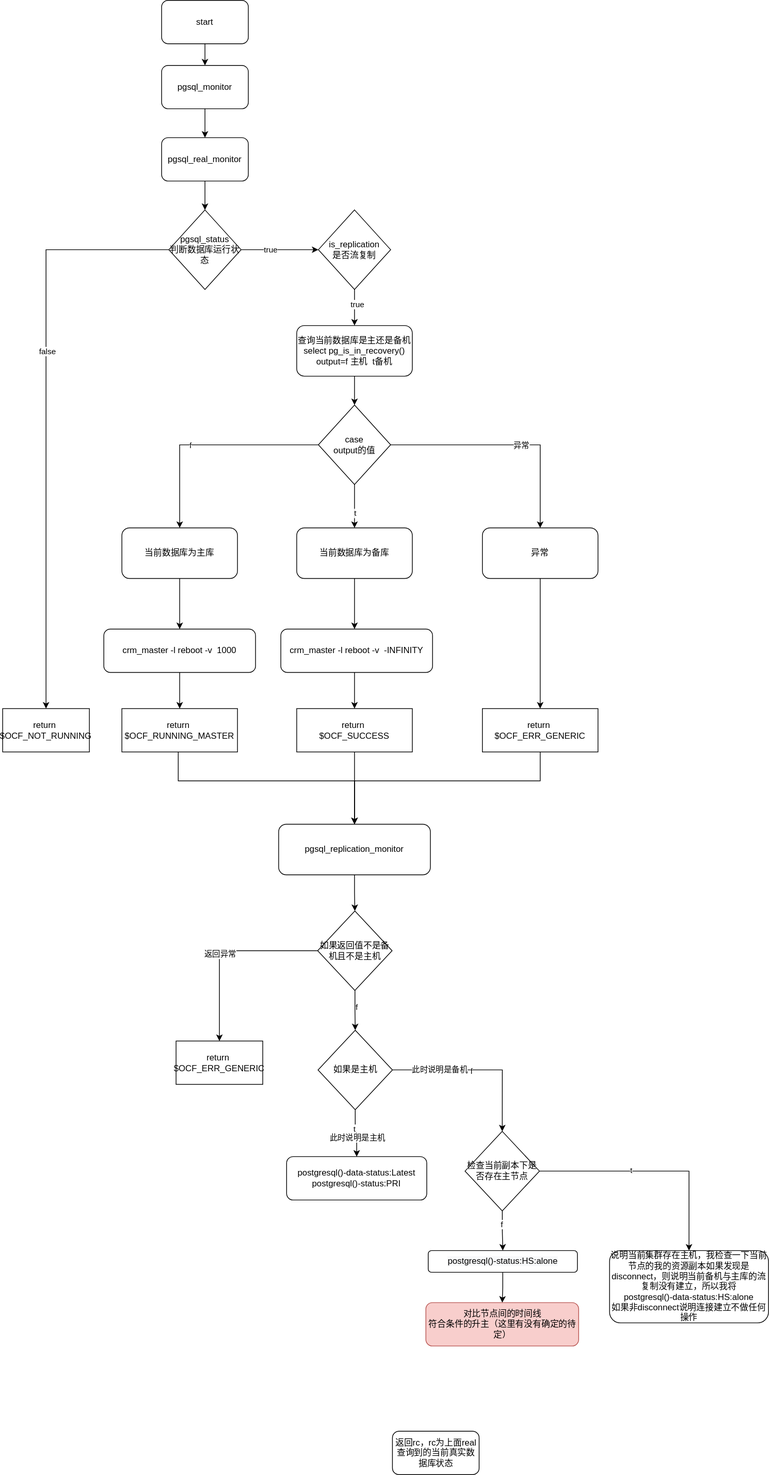
Above: pacemaker_pgsql.svg in simplecodeyu/hot-standy-keepalived-postgres (draw.io), before the change. Source tidied: cells renumbered, new cells last; positions are measured from the earlier drawing's top-left corner, leaving out a move shared by most shapes. Its diagram source:
```xml
<mxGraphModel>
  <root>
    <mxCell id="0" />
    <mxCell id="1" parent="0" />
    <mxCell id="2" style="edgeStyle=orthogonalEdgeStyle;rounded=0;jettySize=auto;html=1;entryX=0.5;entryY=0;entryDx=0;entryDy=0;" parent="1" edge="1" source="3" target="5">
      <mxGeometry relative="1" as="geometry" />
    </mxCell>
    <mxCell id="3" value="start" style="rounded=1;whiteSpace=wrap;html=1;" parent="1" vertex="1">
      <mxGeometry x="220" width="120" height="60" as="geometry" />
    </mxCell>
    <mxCell id="4" style="edgeStyle=orthogonalEdgeStyle;rounded=0;jettySize=auto;html=1;" parent="1" edge="1" source="5" target="7">
      <mxGeometry relative="1" as="geometry" />
    </mxCell>
    <mxCell id="5" value="pgsql_monitor" style="rounded=1;whiteSpace=wrap;html=1;" parent="1" vertex="1">
      <mxGeometry x="220" y="90" width="120" height="60" as="geometry" />
    </mxCell>
    <mxCell id="6" style="edgeStyle=orthogonalEdgeStyle;rounded=0;jettySize=auto;html=1;" parent="1" edge="1" source="7" target="12">
      <mxGeometry relative="1" as="geometry" />
    </mxCell>
    <mxCell id="7" value="pgsql_real_monitor" style="rounded=1;whiteSpace=wrap;html=1;" parent="1" vertex="1">
      <mxGeometry x="220" y="190" width="120" height="60" as="geometry" />
    </mxCell>
    <mxCell id="8" style="edgeStyle=orthogonalEdgeStyle;rounded=0;jettySize=auto;html=1;" parent="1" edge="1" source="12" target="13">
      <mxGeometry relative="1" as="geometry" />
    </mxCell>
    <mxCell id="9" value="false" style="edgeLabel;html=1;align=center;verticalAlign=middle;" parent="8" vertex="1">
      <mxGeometry x="-0.23" y="1" relative="1" as="geometry" />
    </mxCell>
    <mxCell id="10" style="edgeStyle=orthogonalEdgeStyle;rounded=0;jettySize=auto;html=1;" parent="1" edge="1" source="12" target="16">
      <mxGeometry relative="1" as="geometry" />
    </mxCell>
    <mxCell id="11" value="true" style="edgeLabel;html=1;align=center;verticalAlign=middle;" parent="10" vertex="1">
      <mxGeometry x="-0.27" y="1" relative="1" as="geometry" />
    </mxCell>
    <mxCell id="12" value="pgsql_status&lt;br&gt;判断数据库运行状态" style="rhombus;whiteSpace=wrap;html=1;" parent="1" vertex="1">
      <mxGeometry x="230" y="290" width="100" height="110" as="geometry" />
    </mxCell>
    <mxCell id="13" value="return&amp;nbsp;&lt;br&gt;$OCF_NOT_RUNNING" style="whiteSpace=wrap;html=1;" parent="1" vertex="1">
      <mxGeometry y="980" width="120" height="60" as="geometry" />
    </mxCell>
    <mxCell id="14" style="edgeStyle=orthogonalEdgeStyle;rounded=0;jettySize=auto;html=1;entryX=0.5;entryY=0;entryDx=0;entryDy=0;" parent="1" edge="1" source="16" target="18">
      <mxGeometry relative="1" as="geometry" />
    </mxCell>
    <mxCell id="15" value="true" style="edgeLabel;html=1;align=center;verticalAlign=middle;" parent="14" vertex="1">
      <mxGeometry x="-0.17" y="3" relative="1" as="geometry" />
    </mxCell>
    <mxCell id="16" value="is_replication&lt;br&gt;是否流复制" style="rhombus;whiteSpace=wrap;html=1;" parent="1" vertex="1">
      <mxGeometry x="437" y="290" width="100" height="110" as="geometry" />
    </mxCell>
    <mxCell id="17" style="edgeStyle=orthogonalEdgeStyle;rounded=0;jettySize=auto;html=1;" parent="1" edge="1" source="18" target="25">
      <mxGeometry relative="1" as="geometry" />
    </mxCell>
    <mxCell id="18" value="查询当前数据库是主还是备机&lt;br&gt;select pg_is_in_recovery()&lt;br&gt;output=f 主机&amp;nbsp; t备机" style="rounded=1;whiteSpace=wrap;html=1;" parent="1" vertex="1">
      <mxGeometry x="407" y="450" width="160" height="70" as="geometry" />
    </mxCell>
    <mxCell id="19" style="edgeStyle=orthogonalEdgeStyle;rounded=0;jettySize=auto;html=1;entryX=0.5;entryY=0;entryDx=0;entryDy=0;" parent="1" edge="1" source="25" target="27">
      <mxGeometry relative="1" as="geometry">
        <Array as="points">
          <mxPoint x="245" y="615" />
        </Array>
      </mxGeometry>
    </mxCell>
    <mxCell id="20" value="f" style="edgeLabel;html=1;align=center;verticalAlign=middle;" parent="19" vertex="1">
      <mxGeometry x="0.15" relative="1" as="geometry" />
    </mxCell>
    <mxCell id="21" style="edgeStyle=orthogonalEdgeStyle;rounded=0;jettySize=auto;html=1;" parent="1" edge="1" source="25" target="29">
      <mxGeometry relative="1" as="geometry" />
    </mxCell>
    <mxCell id="22" value="t" style="edgeLabel;html=1;align=center;verticalAlign=middle;" parent="21" vertex="1">
      <mxGeometry x="-0.37" y="1" relative="1" as="geometry">
        <mxPoint x="-1" y="21" as="offset" />
      </mxGeometry>
    </mxCell>
    <mxCell id="23" style="edgeStyle=orthogonalEdgeStyle;rounded=0;jettySize=auto;html=1;" parent="1" edge="1" source="25" target="31">
      <mxGeometry relative="1" as="geometry">
        <Array as="points">
          <mxPoint x="744" y="615" />
        </Array>
      </mxGeometry>
    </mxCell>
    <mxCell id="24" value="异常" style="edgeLabel;html=1;align=center;verticalAlign=middle;" parent="23" vertex="1">
      <mxGeometry x="0.12" relative="1" as="geometry" />
    </mxCell>
    <mxCell id="25" value="case &lt;br&gt;output的值" style="rhombus;whiteSpace=wrap;html=1;" parent="1" vertex="1">
      <mxGeometry x="437" y="560" width="100" height="110" as="geometry" />
    </mxCell>
    <mxCell id="26" style="edgeStyle=orthogonalEdgeStyle;rounded=0;jettySize=auto;html=1;" parent="1" edge="1" source="27" target="33">
      <mxGeometry relative="1" as="geometry" />
    </mxCell>
    <mxCell id="27" value="当前数据库为主库&lt;br&gt;" style="rounded=1;whiteSpace=wrap;html=1;" parent="1" vertex="1">
      <mxGeometry x="165" y="730" width="160" height="70" as="geometry" />
    </mxCell>
    <mxCell id="28" style="edgeStyle=orthogonalEdgeStyle;rounded=0;jettySize=auto;html=1;" parent="1" edge="1" source="29">
      <mxGeometry relative="1" as="geometry">
        <mxPoint x="487" y="870" as="targetPoint" />
      </mxGeometry>
    </mxCell>
    <mxCell id="29" value="当前数据库为备库" style="rounded=1;whiteSpace=wrap;html=1;" parent="1" vertex="1">
      <mxGeometry x="407" y="730" width="160" height="70" as="geometry" />
    </mxCell>
    <mxCell id="30" style="edgeStyle=orthogonalEdgeStyle;rounded=0;jettySize=auto;html=1;" parent="1" edge="1" source="31" target="41">
      <mxGeometry relative="1" as="geometry" />
    </mxCell>
    <mxCell id="31" value="异常" style="rounded=1;whiteSpace=wrap;html=1;" parent="1" vertex="1">
      <mxGeometry x="664" y="730" width="160" height="70" as="geometry" />
    </mxCell>
    <mxCell id="32" style="edgeStyle=orthogonalEdgeStyle;rounded=0;jettySize=auto;html=1;entryX=0.5;entryY=0;entryDx=0;entryDy=0;" parent="1" edge="1" source="33" target="35">
      <mxGeometry relative="1" as="geometry" />
    </mxCell>
    <mxCell id="33" value="crm_master -l reboot -v&amp;nbsp; 1000" style="whiteSpace=wrap;html=1;rounded=1;" parent="1" vertex="1">
      <mxGeometry x="140" y="870" width="210" height="60" as="geometry" />
    </mxCell>
    <mxCell id="34" style="edgeStyle=orthogonalEdgeStyle;rounded=0;jettySize=auto;html=1;entryX=0.5;entryY=0;entryDx=0;entryDy=0;" parent="1" edge="1" target="43">
      <mxGeometry relative="1" as="geometry">
        <mxPoint x="243" y="1040" as="sourcePoint" />
        <Array as="points">
          <mxPoint x="243" y="1080" />
          <mxPoint x="487" y="1080" />
        </Array>
      </mxGeometry>
    </mxCell>
    <mxCell id="35" value="return&amp;nbsp;&lt;br&gt;$OCF_RUNNING_MASTER" style="whiteSpace=wrap;html=1;" parent="1" vertex="1">
      <mxGeometry x="165" y="980" width="160" height="60" as="geometry" />
    </mxCell>
    <mxCell id="36" style="edgeStyle=orthogonalEdgeStyle;rounded=0;jettySize=auto;html=1;entryX=0.5;entryY=0;entryDx=0;entryDy=0;" parent="1" edge="1" target="39">
      <mxGeometry relative="1" as="geometry">
        <mxPoint x="487" y="930" as="sourcePoint" />
      </mxGeometry>
    </mxCell>
    <mxCell id="37" value="crm_master -l reboot -v&amp;nbsp; -INFINITY" style="whiteSpace=wrap;html=1;rounded=1;" parent="1" vertex="1">
      <mxGeometry x="385" y="870" width="210" height="60" as="geometry" />
    </mxCell>
    <mxCell id="38" style="edgeStyle=orthogonalEdgeStyle;rounded=0;jettySize=auto;html=1;" parent="1" edge="1" source="39" target="43">
      <mxGeometry relative="1" as="geometry" />
    </mxCell>
    <mxCell id="39" value="return&amp;nbsp;&lt;br&gt;$OCF_SUCCESS" style="whiteSpace=wrap;html=1;" parent="1" vertex="1">
      <mxGeometry x="407" y="980" width="160" height="60" as="geometry" />
    </mxCell>
    <mxCell id="40" style="edgeStyle=orthogonalEdgeStyle;rounded=0;jettySize=auto;html=1;entryX=0.5;entryY=0;entryDx=0;entryDy=0;" parent="1" edge="1" source="41" target="43">
      <mxGeometry relative="1" as="geometry">
        <Array as="points">
          <mxPoint x="744" y="1080" />
          <mxPoint x="487" y="1080" />
        </Array>
      </mxGeometry>
    </mxCell>
    <mxCell id="41" value="return&amp;nbsp;&lt;br&gt;$OCF_ERR_GENERIC" style="whiteSpace=wrap;html=1;" parent="1" vertex="1">
      <mxGeometry x="664" y="980" width="160" height="60" as="geometry" />
    </mxCell>
    <mxCell id="42" style="edgeStyle=orthogonalEdgeStyle;rounded=0;jettySize=auto;html=1;entryX=0.5;entryY=0;entryDx=0;entryDy=0;" parent="1" edge="1" source="43" target="48">
      <mxGeometry relative="1" as="geometry" />
    </mxCell>
    <mxCell id="43" value="pgsql_replication_monitor" style="rounded=1;whiteSpace=wrap;html=1;" parent="1" vertex="1">
      <mxGeometry x="382" y="1140" width="210" height="70" as="geometry" />
    </mxCell>
    <mxCell id="44" style="edgeStyle=orthogonalEdgeStyle;rounded=0;jettySize=auto;html=1;" parent="1" edge="1" source="48" target="49">
      <mxGeometry relative="1" as="geometry" />
    </mxCell>
    <mxCell id="45" value="返回异常" style="edgeLabel;html=1;align=center;verticalAlign=middle;" parent="44" vertex="1">
      <mxGeometry x="0.07" relative="1" as="geometry" />
    </mxCell>
    <mxCell id="46" style="edgeStyle=orthogonalEdgeStyle;rounded=0;jettySize=auto;html=1;entryX=0.5;entryY=0;entryDx=0;entryDy=0;" parent="1" edge="1" source="48" target="56">
      <mxGeometry relative="1" as="geometry" />
    </mxCell>
    <mxCell id="47" value="f" style="edgeLabel;html=1;align=center;verticalAlign=middle;" parent="46" vertex="1">
      <mxGeometry x="-0.24" y="1" relative="1" as="geometry" />
    </mxCell>
    <mxCell id="48" value="如果返回值不是备机且不是主机" style="rhombus;whiteSpace=wrap;html=1;" parent="1" vertex="1">
      <mxGeometry x="436" y="1260" width="103" height="110" as="geometry" />
    </mxCell>
    <mxCell id="49" value="&lt;span&gt;return&amp;nbsp;&lt;/span&gt;&lt;br&gt;&lt;span&gt;$OCF_ERR_GENERIC&lt;/span&gt;" style="rounded=0;whiteSpace=wrap;html=1;" parent="1" vertex="1">
      <mxGeometry x="240" y="1440" width="120" height="60" as="geometry" />
    </mxCell>
    <mxCell id="50" style="edgeStyle=orthogonalEdgeStyle;rounded=0;jettySize=auto;html=1;entryX=0.5;entryY=0;entryDx=0;entryDy=0;" parent="1" edge="1" source="56" target="57">
      <mxGeometry relative="1" as="geometry" />
    </mxCell>
    <mxCell id="51" value="t&lt;br&gt;" style="edgeLabel;html=1;align=center;verticalAlign=middle;" parent="50" vertex="1">
      <mxGeometry x="-0.25" y="-2" relative="1" as="geometry" />
    </mxCell>
    <mxCell id="52" value="此时说明是主机" style="edgeLabel;html=1;align=center;verticalAlign=middle;" parent="50" vertex="1">
      <mxGeometry x="0.2" relative="1" as="geometry" />
    </mxCell>
    <mxCell id="53" style="edgeStyle=orthogonalEdgeStyle;rounded=0;jettySize=auto;html=1;entryX=0.5;entryY=0;entryDx=0;entryDy=0;" parent="1" edge="1" source="56" target="62">
      <mxGeometry relative="1" as="geometry" />
    </mxCell>
    <mxCell id="54" value="f&lt;br&gt;" style="edgeLabel;html=1;align=center;verticalAlign=middle;" parent="53" vertex="1">
      <mxGeometry x="-0.08" y="-1" relative="1" as="geometry" />
    </mxCell>
    <mxCell id="55" value="此时说明是备机" style="edgeLabel;html=1;align=center;verticalAlign=middle;" parent="53" vertex="1">
      <mxGeometry x="-0.46" y="1" relative="1" as="geometry" />
    </mxCell>
    <mxCell id="56" value="如果是主机" style="rhombus;whiteSpace=wrap;html=1;" parent="1" vertex="1">
      <mxGeometry x="436.5" y="1425" width="103" height="110" as="geometry" />
    </mxCell>
    <mxCell id="57" value="postgresql()-data-status:Latest&lt;br&gt;postgresql()-status:PRI" style="rounded=1;whiteSpace=wrap;html=1;" parent="1" vertex="1">
      <mxGeometry x="393" y="1600" width="194" height="60" as="geometry" />
    </mxCell>
    <mxCell id="58" style="edgeStyle=orthogonalEdgeStyle;rounded=0;jettySize=auto;html=1;entryX=0.5;entryY=0;entryDx=0;entryDy=0;" parent="1" edge="1" source="62" target="64">
      <mxGeometry relative="1" as="geometry" />
    </mxCell>
    <mxCell id="59" value="f" style="edgeLabel;html=1;align=center;verticalAlign=middle;" parent="58" vertex="1">
      <mxGeometry x="-0.33" y="-2" relative="1" as="geometry" />
    </mxCell>
    <mxCell id="60" style="edgeStyle=orthogonalEdgeStyle;rounded=0;jettySize=auto;html=1;entryX=0.5;entryY=0;entryDx=0;entryDy=0;" parent="1" edge="1" source="62" target="66">
      <mxGeometry relative="1" as="geometry" />
    </mxCell>
    <mxCell id="61" value="t" style="edgeLabel;html=1;align=center;verticalAlign=middle;" parent="60" vertex="1">
      <mxGeometry x="-0.2" y="2" relative="1" as="geometry" />
    </mxCell>
    <mxCell id="62" value="检查当前副本下是否存在主节点" style="rhombus;whiteSpace=wrap;html=1;" parent="1" vertex="1">
      <mxGeometry x="640" y="1565" width="103" height="110" as="geometry" />
    </mxCell>
    <mxCell id="63" style="edgeStyle=orthogonalEdgeStyle;rounded=0;jettySize=auto;html=1;entryX=0.5;entryY=0;entryDx=0;entryDy=0;" parent="1" edge="1" source="64" target="65">
      <mxGeometry relative="1" as="geometry" />
    </mxCell>
    <mxCell id="64" value="&lt;span style=&quot;color: rgb(0 , 0 , 0) ; font-family: &amp;#34;helvetica&amp;#34; ; font-size: 12px ; font-style: normal ; font-weight: 400 ; letter-spacing: normal ; text-align: center ; text-indent: 0px ; text-transform: none ; word-spacing: 0px ; background-color: rgb(248 , 249 , 250) ; display: inline ; float: none&quot;&gt;postgresql()-status:HS:alone&lt;/span&gt;" style="rounded=1;whiteSpace=wrap;html=1;" parent="1" vertex="1">
      <mxGeometry x="589" y="1730" width="206.5" height="30" as="geometry" />
    </mxCell>
    <mxCell id="65" value="对比节点间的时间线&lt;br&gt;符合条件的升主（这里有没有确定的待定）" style="rounded=1;whiteSpace=wrap;html=1;fillColor=#f8cecc;strokeColor=#b85450;" parent="1" vertex="1">
      <mxGeometry x="585.8" y="1802" width="211.5" height="60" as="geometry" />
    </mxCell>
    <mxCell id="66" value="说明当前集群存在主机，我检查一下当前节点的我的资源副本如果发现是disconnect，则说明当前备机与主库的流复制没有建立，所以我将&lt;br&gt;postgresql()-data-status:HS:alone&lt;br&gt;如果非disconnect说明连接建立不做任何操作" style="rounded=1;whiteSpace=wrap;html=1;" parent="1" vertex="1">
      <mxGeometry x="840" y="1730" width="220" height="100" as="geometry" />
    </mxCell>
    <mxCell id="67" value="返回rc，rc为上面real查询到的当前真实数据库状态" style="rounded=1;whiteSpace=wrap;html=1;" parent="1" vertex="1">
      <mxGeometry x="539.5" y="1980" width="120" height="60" as="geometry" />
    </mxCell>
  </root>
</mxGraphModel>
```
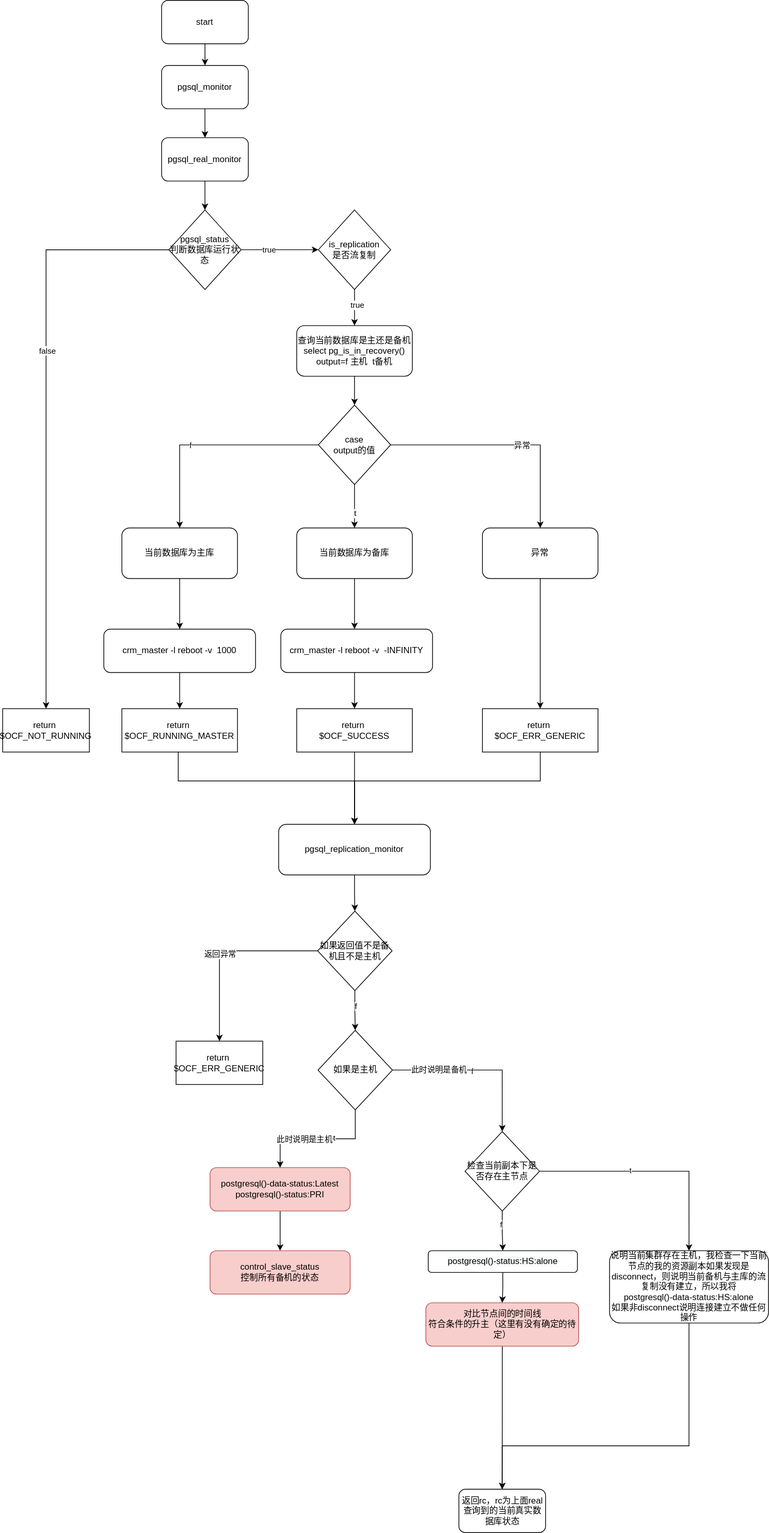
The same diagram one commit later.

Diff of the diagram source:
```diff
@@ -192,8 +192,11 @@
     <mxCell id="56" value="如果是主机" style="rhombus;whiteSpace=wrap;html=1;" parent="1" vertex="1">
       <mxGeometry x="436.5" y="1425" width="103" height="110" as="geometry" />
     </mxCell>
+    <mxCell id="68" style="edgeStyle=orthogonalEdgeStyle;rounded=0;jettySize=auto;html=1;" parent="1" edge="1" source="57" target="71">
+      <mxGeometry relative="1" as="geometry" />
+    </mxCell>
-    <mxCell id="57" value="postgresql()-data-status:Latest&lt;br&gt;postgresql()-status:PRI" style="rounded=1;whiteSpace=wrap;html=1;" parent="1" vertex="1">
-      <mxGeometry x="393" y="1600" width="194" height="60" as="geometry" />
+    <mxCell id="57" value="postgresql()-data-status:Latest&lt;br&gt;postgresql()-status:PRI" style="rounded=1;whiteSpace=wrap;html=1;fillColor=#f8cecc;strokeColor=#b85450;" parent="1" vertex="1">
+      <mxGeometry x="287" y="1615" width="194" height="60" as="geometry" />
     </mxCell>
     <mxCell id="58" style="edgeStyle=orthogonalEdgeStyle;rounded=0;jettySize=auto;html=1;entryX=0.5;entryY=0;entryDx=0;entryDy=0;" parent="1" edge="1" source="62" target="64">
       <mxGeometry relative="1" as="geometry" />
@@ -216,14 +219,27 @@
     <mxCell id="64" value="&lt;span style=&quot;color: rgb(0 , 0 , 0) ; font-family: &amp;#34;helvetica&amp;#34; ; font-size: 12px ; font-style: normal ; font-weight: 400 ; letter-spacing: normal ; text-align: center ; text-indent: 0px ; text-transform: none ; word-spacing: 0px ; background-color: rgb(248 , 249 , 250) ; display: inline ; float: none&quot;&gt;postgresql()-status:HS:alone&lt;/span&gt;" style="rounded=1;whiteSpace=wrap;html=1;" parent="1" vertex="1">
       <mxGeometry x="589" y="1730" width="206.5" height="30" as="geometry" />
     </mxCell>
+    <mxCell id="69" style="edgeStyle=orthogonalEdgeStyle;rounded=0;jettySize=auto;html=1;" parent="1" edge="1" source="65" target="67">
+      <mxGeometry relative="1" as="geometry" />
+    </mxCell>
     <mxCell id="65" value="对比节点间的时间线&lt;br&gt;符合条件的升主（这里有没有确定的待定）" style="rounded=1;whiteSpace=wrap;html=1;fillColor=#f8cecc;strokeColor=#b85450;" parent="1" vertex="1">
       <mxGeometry x="585.8" y="1802" width="211.5" height="60" as="geometry" />
     </mxCell>
+    <mxCell id="70" style="edgeStyle=orthogonalEdgeStyle;rounded=0;jettySize=auto;html=1;" parent="1" edge="1" source="66" target="67">
+      <mxGeometry relative="1" as="geometry">
+        <Array as="points">
+          <mxPoint x="950" y="2000" />
+        </Array>
+      </mxGeometry>
+    </mxCell>
     <mxCell id="66" value="说明当前集群存在主机，我检查一下当前节点的我的资源副本如果发现是disconnect，则说明当前备机与主库的流复制没有建立，所以我将&lt;br&gt;postgresql()-data-status:HS:alone&lt;br&gt;如果非disconnect说明连接建立不做任何操作" style="rounded=1;whiteSpace=wrap;html=1;" parent="1" vertex="1">
       <mxGeometry x="840" y="1730" width="220" height="100" as="geometry" />
     </mxCell>
     <mxCell id="67" value="返回rc，rc为上面real查询到的当前真实数据库状态" style="rounded=1;whiteSpace=wrap;html=1;" parent="1" vertex="1">
-      <mxGeometry x="539.5" y="1980" width="120" height="60" as="geometry" />
+      <mxGeometry x="631.5" y="2060" width="120" height="60" as="geometry" />
     </mxCell>
+    <mxCell id="71" value="control_slave_status&lt;br&gt;控制所有备机的状态" style="rounded=1;whiteSpace=wrap;html=1;fillColor=#f8cecc;strokeColor=#b85450;" parent="1" vertex="1">
+      <mxGeometry x="287" y="1730" width="194" height="60" as="geometry" />
+    </mxCell>
   </root>
 </mxGraphModel>
```
